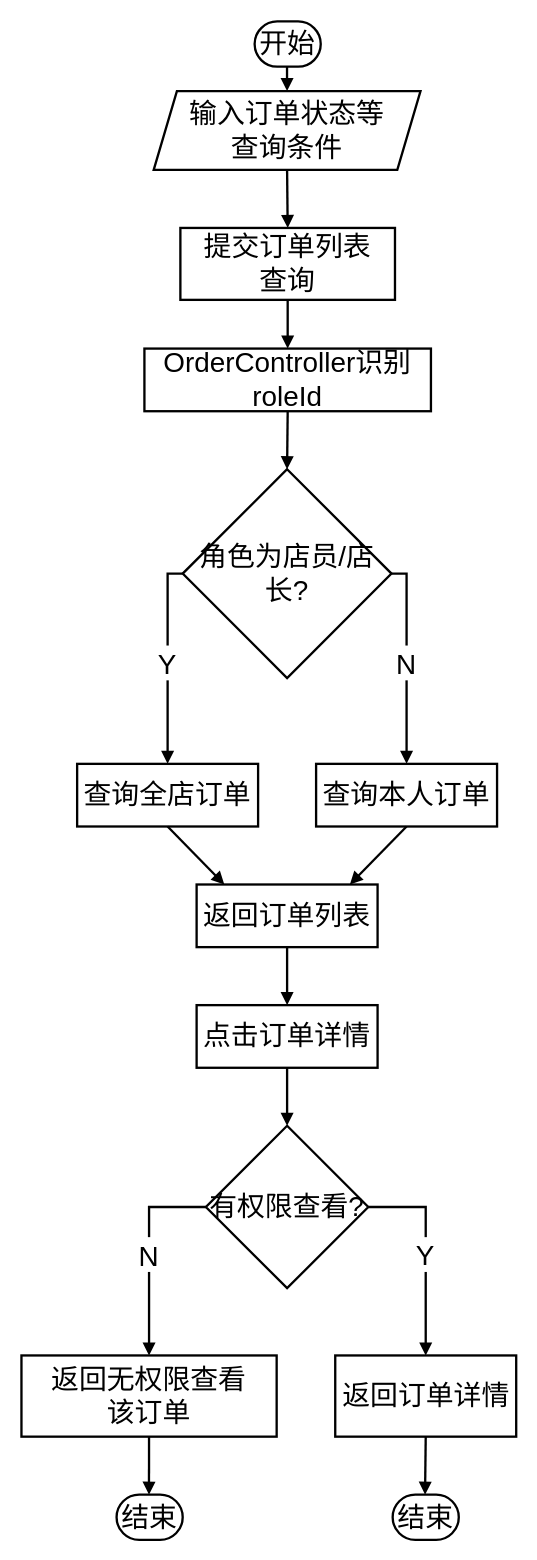
Earlier version of the draw.io diagram 订单列表功能流程图.drawio (LichCarlos/darwIo). Source tidied: cells renumbered, new cells numbered last; positions are measured from the earlier drawing's top-left corner, leaving out a move shared by most shapes. Both pictures are drawn from the tidied source at 116%, with x=0, y=0 at pixel (21, -580).
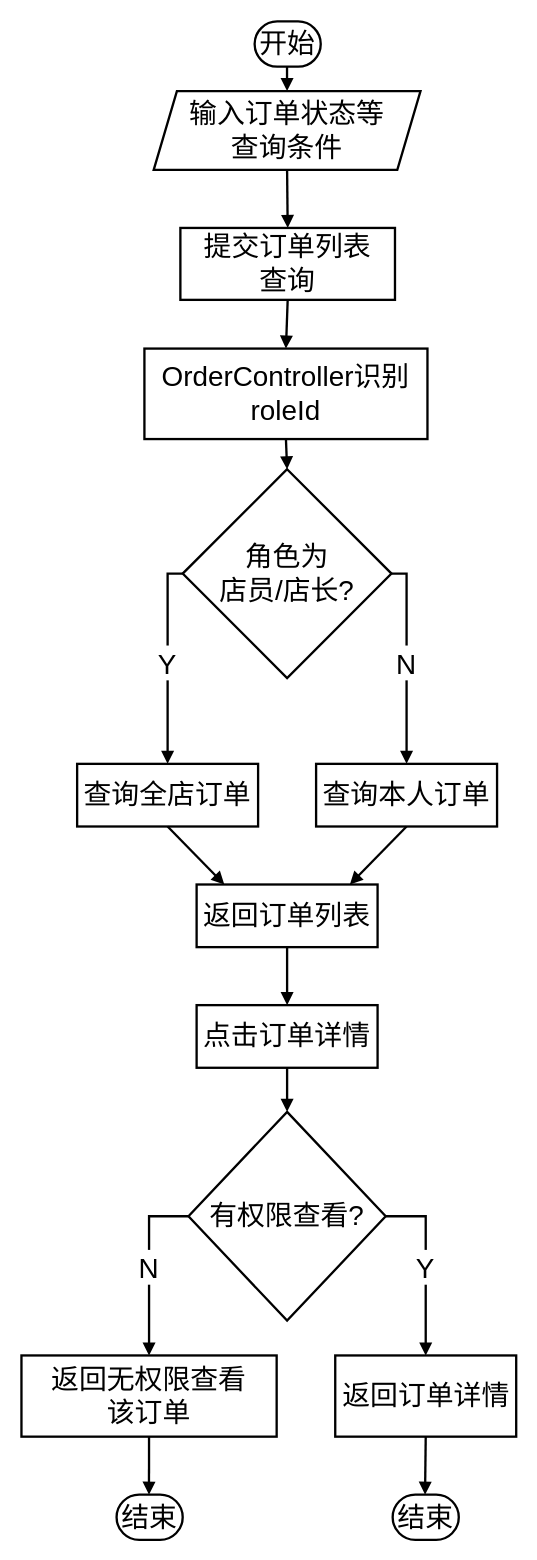
After the change.

Commit message:
更新订单列表功能流程图.drawio

Change to the diagram source:
```diff
@@
     <mxCell id="8" value="OrderController识别roleId" style="whiteSpace=wrap;strokeWidth=2;fontSize=24;" parent="1" vertex="1">
-      <mxGeometry x="106" y="800" width="247" height="54" as="geometry" />
+      <mxGeometry x="106" y="800" width="244" height="78" as="geometry" />
     </mxCell>
-    <mxCell id="9" value="角色为店员/店长?" style="rhombus;strokeWidth=2;whiteSpace=wrap;fontSize=24;" parent="1" vertex="1">
+    <mxCell id="9" value="角色为&#10;店员/店长?" style="rhombus;strokeWidth=2;whiteSpace=wrap;fontSize=24;" parent="1" vertex="1">
       <mxGeometry x="139" y="904" width="180" height="180" as="geometry" />
     </mxCell>
@@
     <mxCell id="14" value="有权限查看?" style="rhombus;strokeWidth=2;whiteSpace=wrap;fontSize=24;" parent="1" vertex="1">
-      <mxGeometry x="159" y="1470" width="140" height="140" as="geometry" />
+      <mxGeometry x="144" y="1458" width="170" height="180" as="geometry" />
     </mxCell>
```
